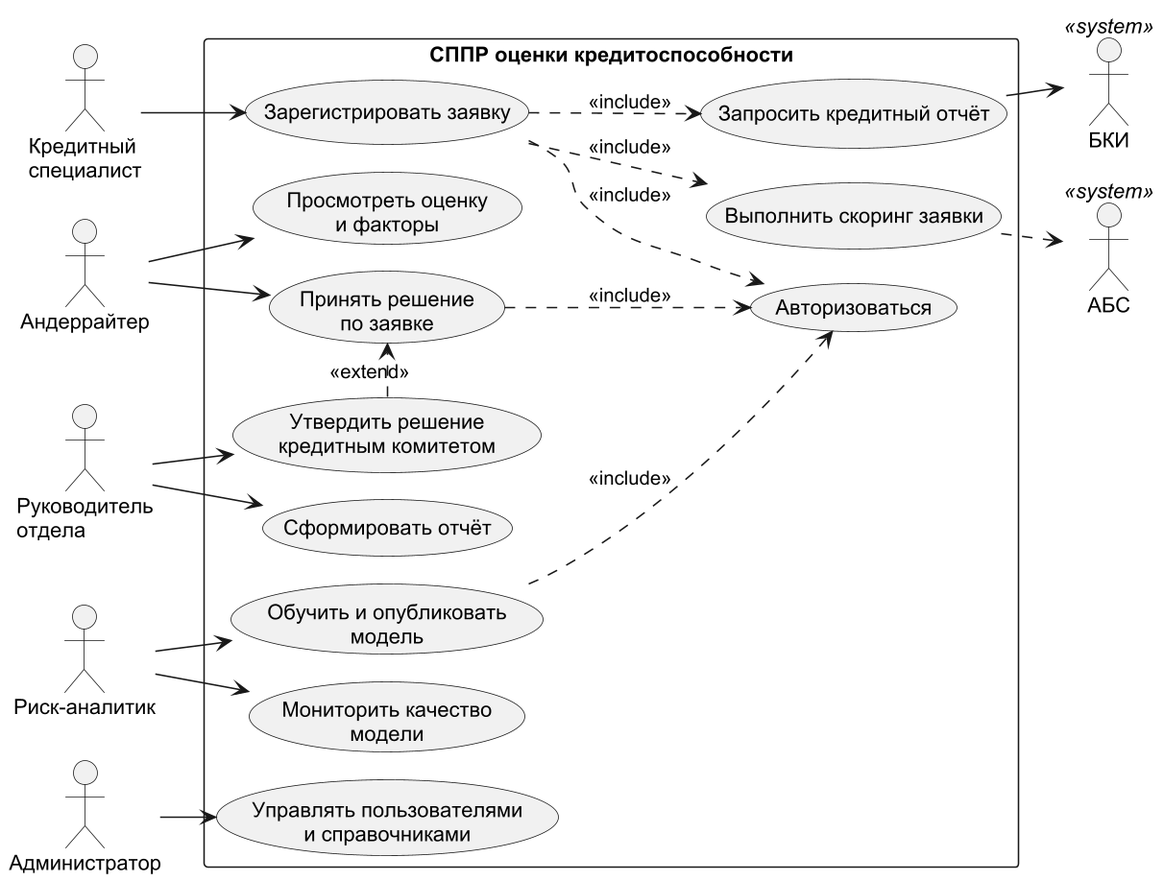
DarkSwordman999/credit-scoring-dss keeps this PlantUML diagram as diagrams/uml_usecase.png. Above is the earlier version.
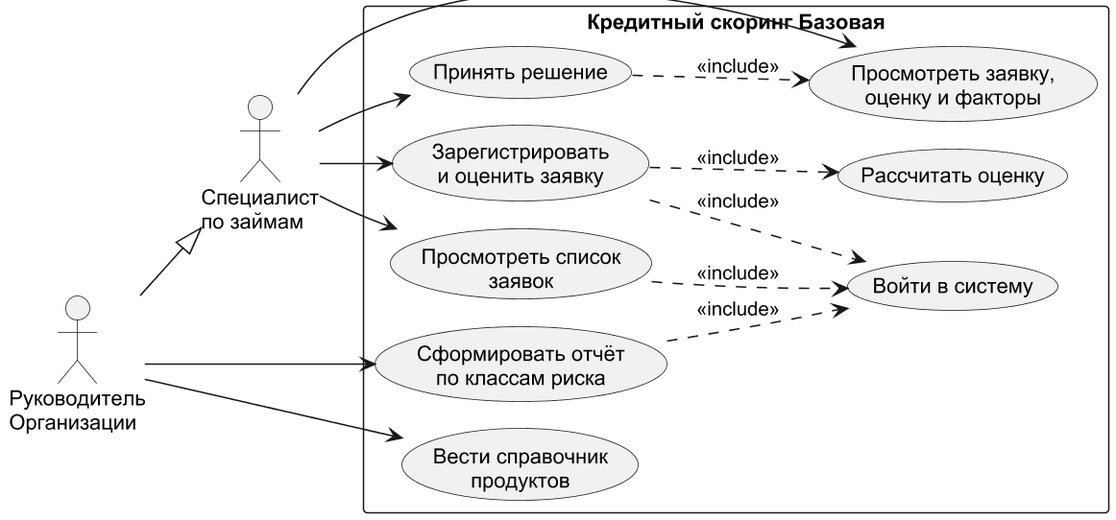
Above is the later version.

Diff of the diagram source:
```diff
@@ -5,40 +5,28 @@
 skinparam shadowing false
 skinparam monochrome true
 left to right direction
-actor "Кредитный\nспециалист" as KS
-actor "Андеррайтер" as UW
-actor "Руководитель\nотдела" as HD
-actor "Риск-аналитик" as RA
-actor "Администратор" as AD
-actor "БКИ" as BKI <<system>>
-actor "АБС" as ABS <<system>>
-rectangle "СППР оценки кредитоспособности" {
-  usecase "Авторизоваться" as U0
-  usecase "Зарегистрировать заявку" as U1
-  usecase "Запросить кредитный отчёт" as U2
-  usecase "Выполнить скоринг заявки" as U3
-  usecase "Просмотреть оценку\nи факторы" as U4
-  usecase "Принять решение\nпо заявке" as U5
-  usecase "Утвердить решение\nкредитным комитетом" as U6
-  usecase "Обучить и опубликовать\nмодель" as U7
-  usecase "Мониторить качество\nмодели" as U8
-  usecase "Сформировать отчёт" as U9
-  usecase "Управлять пользователями\nи справочниками" as U10
+actor "Специалист\nпо займам" as KS
+actor "Руководитель\nОрганизации" as HD
+rectangle "Кредитный скоринг Базовая" {
+  usecase "Войти в систему" as U0
+  usecase "Зарегистрировать\nи оценить заявку" as U1
+  usecase "Рассчитать оценку" as U2
+  usecase "Просмотреть список\nзаявок" as U3
+  usecase "Просмотреть заявку,\nоценку и факторы" as U4
+  usecase "Принять решение" as U5
+  usecase "Сформировать отчёт\nпо классам риска" as U6
+  usecase "Вести справочник\nпродуктов" as U7
 }
+HD --|> KS
 KS --> U1
-UW --> U4
-UW --> U5
+KS --> U3
+KS --> U4
+KS --> U5
 HD --> U6
-HD --> U9
-RA --> U7
-RA --> U8
-AD --> U10
+HD --> U7
 U1 ..> U2 : <<include>>
-U1 ..> U3 : <<include>>
-U2 --> BKI
-U3 ..> ABS
-U6 .> U5 : <<extend>>
+U5 ..> U4 : <<include>>
 U1 ..> U0 : <<include>>
-U5 ..> U0 : <<include>>
-U7 ..> U0 : <<include>>
+U3 ..> U0 : <<include>>
+U6 ..> U0 : <<include>>
 @enduml
```
